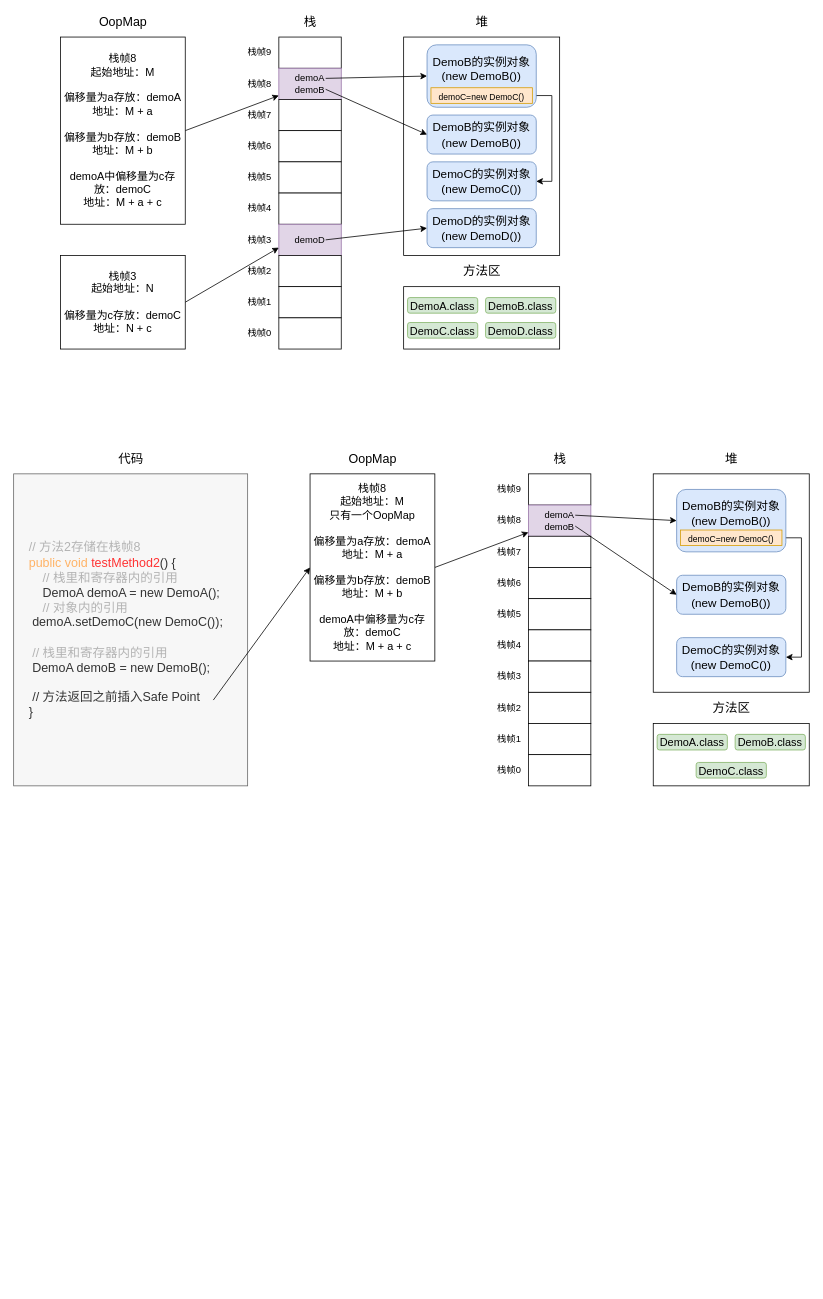
This is 图解 OopMap、Safe Point、Safe Region/图解 OopMap、Safe Point、Safe Region.drawio from zero-97/picture-of-the-article, a draw.io file, before an edit. Source tidied: cells renumbered, new cells numbered last; positions are measured from the earlier drawing's top-left corner, leaving out a move shared by most shapes. Both pictures are drawn from the tidied source at 78%, with x=0, y=0 at pixel (13, 13).
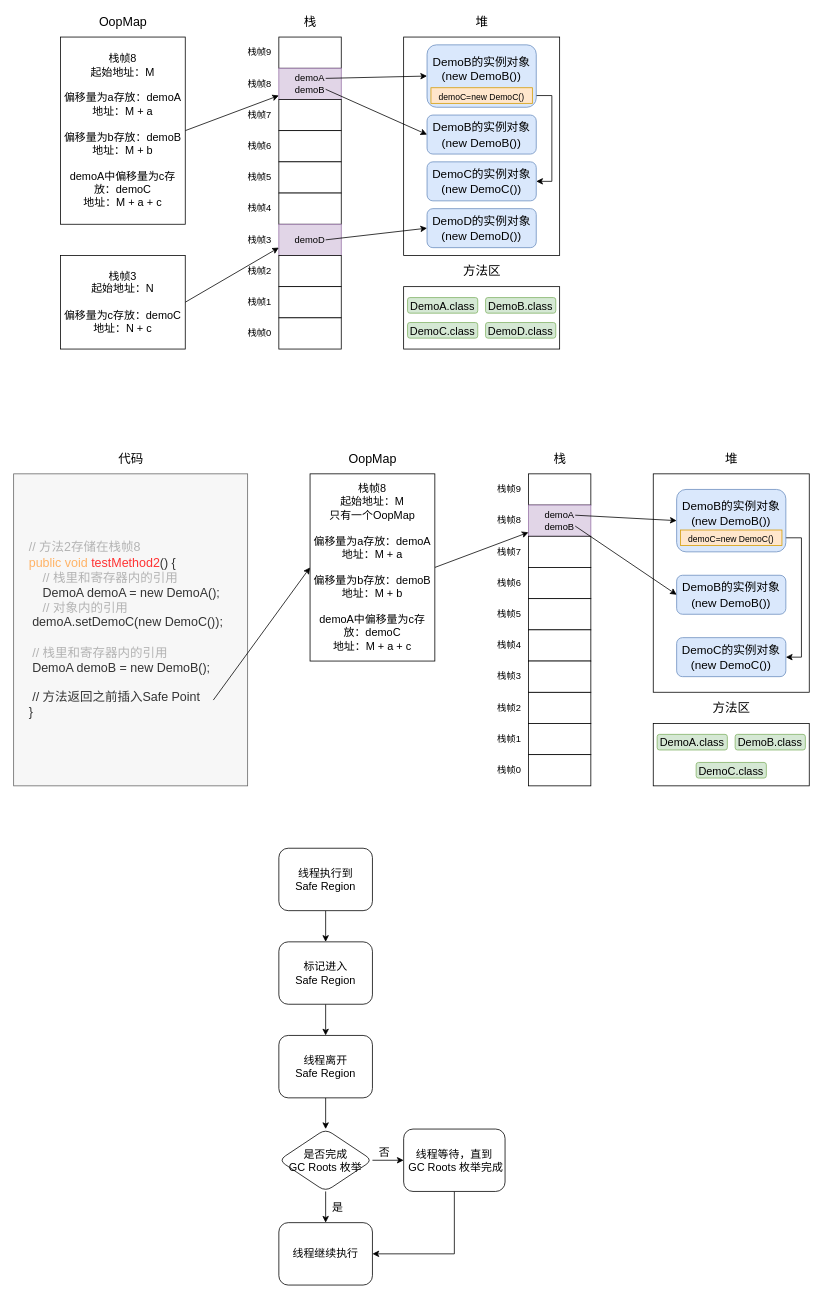
Above is the later version.

Diff of the diagram source:
```diff
@@
+    <mxCell id="86" style="edgeStyle=orthogonalEdgeStyle;rounded=0;jettySize=auto;html=1;fontSize=14;" parent="1" edge="1" source="87" target="89">
+      <mxGeometry relative="1" as="geometry" />
+    </mxCell>
+    <mxCell id="87" value="&lt;font style=&quot;font-size: 14px&quot;&gt;&lt;span&gt;线程执行到&lt;/span&gt;&lt;br&gt;&lt;span&gt;Safe Region&lt;/span&gt;&lt;/font&gt;" style="rounded=1;whiteSpace=wrap;html=1;" parent="1" vertex="1">
+      <mxGeometry x="340" y="1070" width="120" height="80" as="geometry" />
+    </mxCell>
+    <mxCell id="88" style="edgeStyle=orthogonalEdgeStyle;rounded=0;jettySize=auto;html=1;fontSize=14;" parent="1" edge="1" source="89" target="94">
+      <mxGeometry relative="1" as="geometry" />
+    </mxCell>
+    <mxCell id="89" value="&lt;span style=&quot;font-size: 14px&quot;&gt;标记&lt;/span&gt;&lt;span style=&quot;font-size: 14px&quot;&gt;进入&lt;br&gt;Safe Region&lt;/span&gt;" style="rounded=1;whiteSpace=wrap;html=1;" parent="1" vertex="1">
+      <mxGeometry x="340" y="1190" width="120" height="80" as="geometry" />
+    </mxCell>
+    <mxCell id="90" style="edgeStyle=orthogonalEdgeStyle;rounded=0;jettySize=auto;html=1;fontSize=14;" parent="1" edge="1" source="92" target="95">
+      <mxGeometry relative="1" as="geometry" />
+    </mxCell>
+    <mxCell id="91" style="edgeStyle=orthogonalEdgeStyle;rounded=0;jettySize=auto;html=1;fontSize=14;exitX=1;exitY=0.5;exitDx=0;exitDy=0;" parent="1" edge="1" source="92" target="97">
+      <mxGeometry relative="1" as="geometry" />
+    </mxCell>
+    <mxCell id="92" value="&lt;font&gt;&lt;span style=&quot;font-size: 14px&quot;&gt;是否完成&lt;br&gt;GC Roots 枚举&lt;/span&gt;&lt;br&gt;&lt;/font&gt;" style="rhombus;whiteSpace=wrap;html=1;rounded=1;" parent="1" vertex="1">
+      <mxGeometry x="340" y="1430" width="120" height="80" as="geometry" />
+    </mxCell>
+    <mxCell id="93" style="edgeStyle=orthogonalEdgeStyle;rounded=0;jettySize=auto;html=1;fontSize=14;" parent="1" edge="1" source="94" target="92">
+      <mxGeometry relative="1" as="geometry" />
+    </mxCell>
+    <mxCell id="94" value="&lt;span style=&quot;font-size: 14px&quot;&gt;线程离开&lt;br&gt;&lt;/span&gt;&lt;span style=&quot;font-size: 14px&quot;&gt;Safe Region&lt;/span&gt;&lt;span style=&quot;font-size: 14px&quot;&gt;&lt;br&gt;&lt;/span&gt;" style="rounded=1;whiteSpace=wrap;html=1;" parent="1" vertex="1">
+      <mxGeometry x="340" y="1310" width="120" height="80" as="geometry" />
+    </mxCell>
+    <mxCell id="95" value="&lt;span style=&quot;font-size: 14px&quot;&gt;线程继续执行&lt;br&gt;&lt;/span&gt;" style="rounded=1;whiteSpace=wrap;html=1;" parent="1" vertex="1">
+      <mxGeometry x="340" y="1550" width="120" height="80" as="geometry" />
+    </mxCell>
+    <mxCell id="96" style="edgeStyle=orthogonalEdgeStyle;rounded=0;jettySize=auto;html=1;entryX=1;entryY=0.5;entryDx=0;entryDy=0;fontSize=14;exitX=0.5;exitY=1;exitDx=0;exitDy=0;" parent="1" edge="1" source="97" target="95">
+      <mxGeometry relative="1" as="geometry" />
+    </mxCell>
+    <mxCell id="97" value="&lt;span style=&quot;font-size: 14px&quot;&gt;线程等待，&lt;/span&gt;&lt;span style=&quot;font-size: 14px&quot;&gt;直到&lt;br&gt;&amp;nbsp;GC Roots 枚举完成&lt;/span&gt;" style="rounded=1;whiteSpace=wrap;html=1;" parent="1" vertex="1">
+      <mxGeometry x="500" y="1430" width="130" height="80" as="geometry" />
+    </mxCell>
+    <mxCell id="98" value="否" style="text;html=1;align=center;verticalAlign=middle;strokeColor=none;fillColor=none;fontSize=14;" parent="1" vertex="1">
+      <mxGeometry x="460" y="1450" width="30" height="20" as="geometry" />
+    </mxCell>
+    <mxCell id="99" value="是" style="text;html=1;align=center;verticalAlign=middle;strokeColor=none;fillColor=none;fontSize=14;" parent="1" vertex="1">
+      <mxGeometry x="400" y="1520" width="30" height="20" as="geometry" />
+    </mxCell>
```
